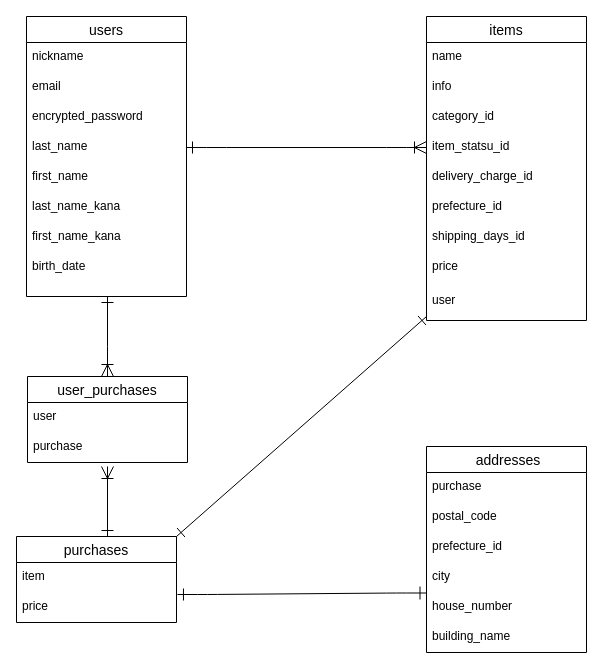
The draw.io diagram furima.dio in seedsat/furima-35823, before the edit. Source tidied: cells renumbered, new cells numbered last; positions are measured from the earlier drawing's top-left corner, leaving out a move shared by most shapes. Both pictures are drawn from the tidied source at 100%, with x=0, y=0 at pixel (16, 16).
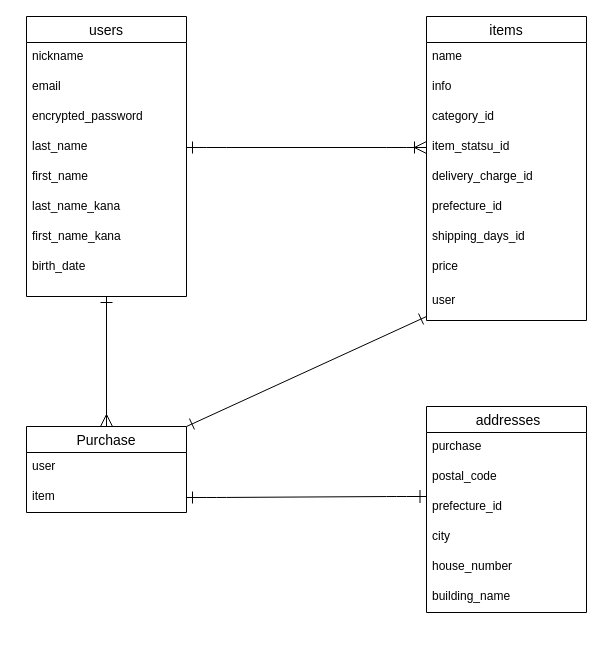
The same diagram, later.

Commit message (it also covers changes not shown here):
データベース設計修正

Unchanged cells that the change refers to:
```xml
<mxCell id="2" value="users" style="swimlane;fontStyle=0;horizontal=1;startSize=26;align=center;fontSize=14;" parent="1" vertex="1">
  <mxGeometry x="10" width="160" height="280" as="geometry" />
</mxCell>
```

Diff of the diagram source:
```diff
@@
+    <mxCell id="39" style="endArrow=ERone;html=1;rounded=0;exitX=0.5;exitY=0;exitDx=0;exitDy=0;startArrow=ERmany;startFill=0;endFill=0;endSize=10;startSize=10;" parent="2" edge="1" source="40">
+      <mxGeometry relative="1" as="geometry">
+        <mxPoint x="80" y="280" as="targetPoint" />
+      </mxGeometry>
+    </mxCell>
@@
-    <mxCell id="22" style="edgeStyle=orthogonalEdgeStyle;rounded=0;jumpSize=5;orthogonalLoop=1;jettySize=auto;html=1;startArrow=ERone;startFill=0;startSize=10;endArrow=ERoneToMany;endFill=0;endSize=10;targetPerimeterSpacing=0;strokeWidth=1;" parent="1" edge="1">
-      <mxGeometry relative="1" as="geometry">
-        <mxPoint x="91" y="520" as="sourcePoint" />
-        <mxPoint x="91" y="450" as="targetPoint" />
-      </mxGeometry>
-    </mxCell>
-    <mxCell id="23" value="purchases" style="swimlane;fontStyle=0;horizontal=1;startSize=26;align=center;fontSize=14;" parent="1" vertex="1">
-      <mxGeometry y="520" width="160" height="86" as="geometry" />
-    </mxCell>
-    <mxCell id="24" value="item" style="text;strokeColor=none;fillColor=none;spacingLeft=4;spacingRight=4;overflow=hidden;fontSize=12;" parent="23" vertex="1">
-      <mxGeometry y="26" width="160" height="30" as="geometry" />
-    </mxCell>
-    <mxCell id="25" value="price" style="text;strokeColor=none;fillColor=none;spacingLeft=4;spacingRight=4;overflow=hidden;points=[[0,0.5],[1,0.5]];portConstraint=eastwest;fontSize=12;" parent="23" vertex="1">
-      <mxGeometry y="56" width="160" height="30" as="geometry" />
-    </mxCell>
     <mxCell id="26" value=" addresses" style="swimlane;fontStyle=0;horizontal=1;startSize=26;align=center;fontSize=14;" parent="1" vertex="1">
-      <mxGeometry x="410" y="430" width="160" height="206" as="geometry" />
+      <mxGeometry x="410" y="390" width="160" height="206" as="geometry" />
     </mxCell>
@@
-    <mxCell id="33" style="edgeStyle=entityRelationEdgeStyle;fontSize=12;html=1;endArrow=ERone;startArrow=ERone;startFill=0;endFill=0;endSize=11;startSize=10;entryX=-0.025;entryY=0.033;entryDx=0;entryDy=0;entryPerimeter=0;exitX=1.006;exitY=0.067;exitDx=0;exitDy=0;exitPerimeter=0;" parent="1" edge="1" source="25">
+    <mxCell id="33" style="edgeStyle=entityRelationEdgeStyle;fontSize=12;html=1;endArrow=ERone;startArrow=ERone;startFill=0;endFill=0;endSize=11;startSize=10;entryX=-0.025;entryY=0.033;entryDx=0;entryDy=0;entryPerimeter=0;exitX=1;exitY=0.5;exitDx=0;exitDy=0;" parent="1" edge="1" source="36">
       <mxGeometry relative="1" as="geometry">
-        <mxPoint x="410" y="576.5" as="targetPoint" />
+        <mxPoint x="410" y="480" as="targetPoint" />
       </mxGeometry>
     </mxCell>
-    <mxCell id="34" style="endArrow=ERone;html=1;rounded=0;strokeWidth=1;exitX=1;exitY=0;exitDx=0;exitDy=0;startArrow=ERone;startFill=0;endFill=0;endSize=10;startSize=10;" parent="1" edge="1" source="23">
+    <mxCell id="34" style="endArrow=ERone;html=1;rounded=0;strokeWidth=1;exitX=1;exitY=0;exitDx=0;exitDy=0;startArrow=ERone;startFill=0;endFill=0;endSize=10;startSize=10;" parent="1" edge="1" source="40">
       <mxGeometry relative="1" as="geometry">
         <mxPoint x="410" y="300" as="targetPoint" />
       </mxGeometry>
     </mxCell>
-    <mxCell id="35" style="edgeStyle=orthogonalEdgeStyle;rounded=0;jumpSize=5;jettySize=auto;html=1;startArrow=ERoneToMany;startFill=0;startSize=10;endArrow=ERone;endFill=0;endSize=10;targetPerimeterSpacing=0;strokeWidth=1;" parent="1" edge="1" source="36">
-      <mxGeometry relative="1" as="geometry">
-        <mxPoint x="91" y="280" as="targetPoint" />
-        <Array as="points">
-          <mxPoint x="91" y="330" />
-          <mxPoint x="91" y="330" />
-        </Array>
-      </mxGeometry>
-    </mxCell>
+    <mxCell id="40" value="Purchase" style="swimlane;fontStyle=0;horizontal=1;startSize=26;align=center;fontSize=14;" parent="1" vertex="1">
+      <mxGeometry x="10" y="410" width="160" height="86" as="geometry" />
+    </mxCell>
+    <mxCell id="37" value="user" style="text;strokeColor=none;fillColor=none;spacingLeft=4;spacingRight=4;overflow=hidden;fontSize=12;" parent="40" vertex="1">
+      <mxGeometry y="26" width="160" height="30" as="geometry" />
+    </mxCell>
-    <mxCell id="36" value="user_purchases" style="swimlane;fontStyle=0;horizontal=1;startSize=26;align=center;fontSize=14;" parent="1" vertex="1">
-      <mxGeometry x="11" y="360" width="160" height="86" as="geometry" />
+    <mxCell id="36" value="item" style="text;strokeColor=none;fillColor=none;spacingLeft=4;spacingRight=4;overflow=hidden;points=[[0,0.5],[1,0.5]];portConstraint=eastwest;fontSize=12;" parent="40" vertex="1">
+      <mxGeometry y="56" width="160" height="30" as="geometry" />
     </mxCell>
-    <mxCell id="37" value="user" style="text;strokeColor=none;fillColor=none;spacingLeft=4;spacingRight=4;overflow=hidden;fontSize=12;" parent="36" vertex="1">
-      <mxGeometry y="26" width="160" height="30" as="geometry" />
-    </mxCell>
-    <mxCell id="38" value="purchase" style="text;strokeColor=none;fillColor=none;spacingLeft=4;spacingRight=4;overflow=hidden;fontSize=12;" parent="36" vertex="1">
-      <mxGeometry y="56" width="160" height="30" as="geometry" />
-    </mxCell>
```
